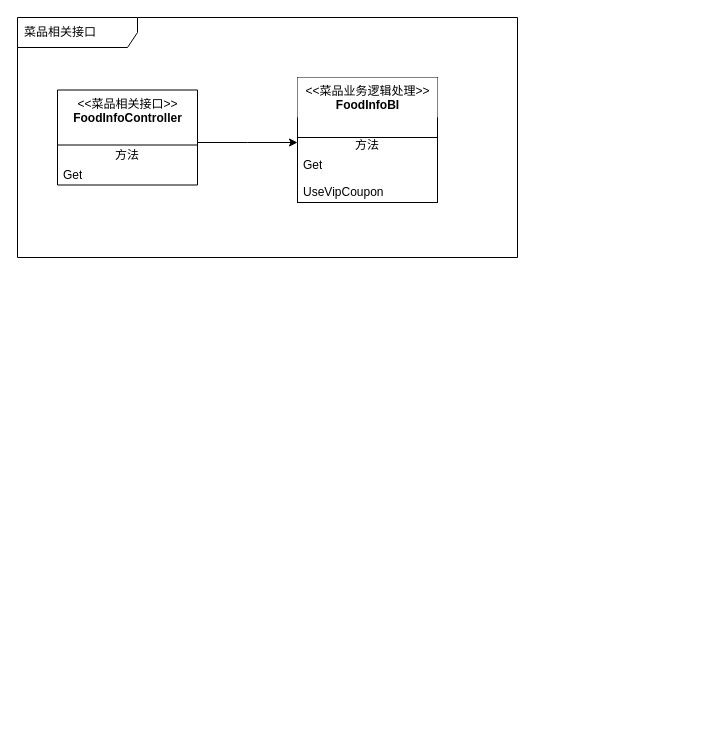
Before: Kemai/授权门店享受会员优惠.drawio in noobwu/diagrams, a draw.io diagram. Source tidied: cells renumbered, new cells numbered last; positions are measured from the earlier drawing's top-left corner, leaving out a move shared by most shapes. Both pictures are drawn from the tidied source at 100%, with x=0, y=0 at pixel (17, 17).
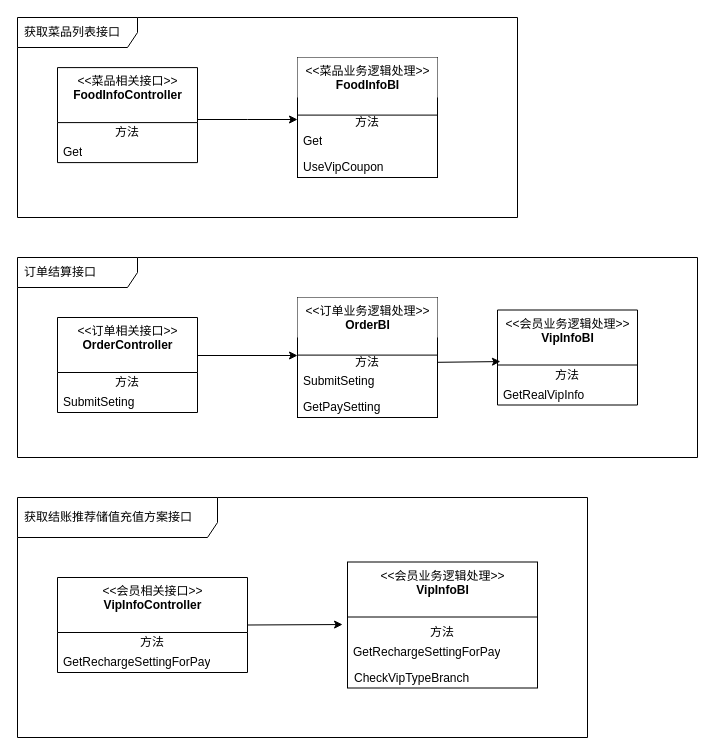
After the change.

Commit message (it also covers changes not shown here):
更新授权门店享受会员优惠.drawio

Diff of the diagram source:
```diff
@@
-    <mxCell id="2" value="菜品相关接口" style="shape=umlFrame;whiteSpace=wrap;html=1;width=120;height=30;boundedLbl=1;verticalAlign=middle;align=left;spacingLeft=5;" parent="1" vertex="1">
-      <mxGeometry width="500" height="240" as="geometry" />
+    <mxCell id="2" value="获取菜品列表接口" style="shape=umlFrame;whiteSpace=wrap;html=1;width=120;height=30;boundedLbl=1;verticalAlign=middle;align=left;spacingLeft=5;" parent="1" vertex="1">
+      <mxGeometry width="500" height="200" as="geometry" />
     </mxCell>
     <mxCell id="3" style="edgeStyle=orthogonalEdgeStyle;rounded=0;jettySize=auto;html=1;" parent="1" edge="1" source="4" target="13">
       <mxGeometry relative="1" as="geometry">
         <Array as="points">
-          <mxPoint x="230" y="125" />
-          <mxPoint x="230" y="125" />
+          <mxPoint x="230" y="102" />
+          <mxPoint x="230" y="102" />
         </Array>
       </mxGeometry>
     </mxCell>
     <mxCell id="4" value="&amp;lt;&amp;lt;菜品相关接口&amp;gt;&amp;gt;&lt;br&gt;&lt;b&gt;FoodInfoController&lt;/b&gt;" style="swimlane;fontStyle=0;align=center;verticalAlign=top;horizontal=1;startSize=55;html=1;" parent="1" vertex="1">
-      <mxGeometry x="40" y="72.5" width="140" height="95" as="geometry" />
+      <mxGeometry x="40" y="50.1" width="140" height="95" as="geometry" />
     </mxCell>
@@
     <mxCell id="7" style="group;fillColor=#ffffff;strokeColor=#000000;" parent="1" vertex="1">
-      <mxGeometry x="280" y="60" width="140" height="125" as="geometry" />
+      <mxGeometry x="280" y="40" width="140" height="120" as="geometry" />
     </mxCell>
     <mxCell id="8" style="group;" parent="7" vertex="1">
-      <mxGeometry y="10" width="140" height="115" as="geometry" />
+      <mxGeometry y="9.6" width="140" height="110.4" as="geometry" />
     </mxCell>
     <mxCell id="9" value="Get" style="text;html=1;strokeColor=none;fillColor=none;align=left;verticalAlign=middle;spacingLeft=4;spacingRight=4;overflow=hidden;" parent="8" vertex="1">
-      <mxGeometry y="67.5" width="140" height="20" as="geometry" />
+      <mxGeometry y="64.8" width="140" height="19.2" as="geometry" />
     </mxCell>
     <mxCell id="10" value="UseVipCoupon" style="text;html=1;strokeColor=none;fillColor=none;align=left;verticalAlign=middle;spacingLeft=4;spacingRight=4;overflow=hidden;" parent="8" vertex="1">
-      <mxGeometry y="95" width="140" height="20" as="geometry" />
+      <mxGeometry y="91.2" width="140" height="19.2" as="geometry" />
     </mxCell>
     <mxCell id="11" value="方法" style="text;html=1;align=center;verticalAlign=middle;spacingLeft=4;spacingRight=4;overflow=hidden;" parent="8" vertex="1">
-      <mxGeometry y="47.5" width="140" height="20" as="geometry" />
+      <mxGeometry y="45.6" width="140" height="19.2" as="geometry" />
     </mxCell>
     <mxCell id="12" value="&amp;lt;&amp;lt;菜品业务逻辑处理&amp;gt;&amp;gt;&lt;br&gt;&lt;b&gt;FoodInfoBI&lt;/b&gt;" style="swimlane;fontStyle=0;align=center;verticalAlign=top;horizontal=1;startSize=40;html=1;swimlaneLine=1;strokeColor=none;" parent="7" vertex="1">
-      <mxGeometry width="140" height="50" as="geometry" />
+      <mxGeometry width="140" height="48" as="geometry" />
     </mxCell>
     <mxCell id="13" style="line;strokeWidth=1;html=1;fillColor=none;" parent="7" vertex="1">
-      <mxGeometry y="55" width="140" height="10" as="geometry" />
+      <mxGeometry y="52.8" width="140" height="9.6" as="geometry" />
     </mxCell>
+    <mxCell id="14" style="group;" parent="1" vertex="1">
+      <mxGeometry y="240" width="680" height="200" as="geometry" />
+    </mxCell>
+    <mxCell id="15" value="订单结算接口" style="shape=umlFrame;whiteSpace=wrap;html=1;width=120;height=30;boundedLbl=1;verticalAlign=middle;align=left;spacingLeft=5;" parent="14" vertex="1">
+      <mxGeometry width="680" height="200" as="geometry" />
+    </mxCell>
+    <mxCell id="16" value="&amp;lt;&amp;lt;订单相关接口&amp;gt;&amp;gt;&lt;br&gt;&lt;b&gt;OrderController&lt;/b&gt;" style="swimlane;fontStyle=0;align=center;verticalAlign=top;horizontal=1;startSize=55;html=1;" parent="14" vertex="1">
+      <mxGeometry x="40" y="60" width="140" height="95" as="geometry" />
+    </mxCell>
+    <mxCell id="17" value="方法" style="text;html=1;strokeColor=none;fillColor=none;align=center;verticalAlign=middle;spacingLeft=4;spacingRight=4;overflow=hidden;" parent="16" vertex="1">
+      <mxGeometry y="55" width="140" height="20" as="geometry" />
+    </mxCell>
+    <mxCell id="18" value="SubmitSeting" style="text;html=1;strokeColor=none;fillColor=none;align=left;verticalAlign=middle;spacingLeft=4;spacingRight=4;overflow=hidden;" parent="16" vertex="1">
+      <mxGeometry y="75" width="140" height="20" as="geometry" />
+    </mxCell>
+    <mxCell id="19" style="group;fillColor=#ffffff;strokeColor=#000000;" parent="14" vertex="1">
+      <mxGeometry x="280" y="40" width="140" height="120" as="geometry" />
+    </mxCell>
+    <mxCell id="20" style="group;" parent="19" vertex="1">
+      <mxGeometry y="9.6" width="140" height="110.4" as="geometry" />
+    </mxCell>
+    <mxCell id="21" value="SubmitSeting" style="text;html=1;strokeColor=none;fillColor=none;align=left;verticalAlign=middle;spacingLeft=4;spacingRight=4;overflow=hidden;" parent="20" vertex="1">
+      <mxGeometry y="64.8" width="140" height="19.2" as="geometry" />
+    </mxCell>
+    <mxCell id="22" value="GetPaySetting" style="text;html=1;strokeColor=none;fillColor=none;align=left;verticalAlign=middle;spacingLeft=4;spacingRight=4;overflow=hidden;" parent="20" vertex="1">
+      <mxGeometry y="91.2" width="140" height="19.2" as="geometry" />
+    </mxCell>
+    <mxCell id="23" value="方法" style="text;html=1;align=center;verticalAlign=middle;spacingLeft=4;spacingRight=4;overflow=hidden;points=[[0,0.5],[1,0.5]];portConstraint=eastwest;" parent="20" vertex="1">
+      <mxGeometry y="45.6" width="140" height="19.2" as="geometry" />
+    </mxCell>
+    <mxCell id="24" value="&amp;lt;&amp;lt;订单业务逻辑处理&amp;gt;&amp;gt;&lt;br&gt;&lt;b&gt;OrderBI&lt;/b&gt;" style="swimlane;fontStyle=0;align=center;verticalAlign=top;horizontal=1;startSize=40;html=1;swimlaneLine=1;strokeColor=none;" parent="19" vertex="1">
+      <mxGeometry width="140" height="48" as="geometry" />
+    </mxCell>
+    <mxCell id="25" style="line;strokeWidth=1;html=1;fillColor=none;" parent="19" vertex="1">
+      <mxGeometry y="52.8" width="140" height="9.6" as="geometry" />
+    </mxCell>
+    <mxCell id="26" style="edgeStyle=orthogonalEdgeStyle;rounded=0;jumpStyle=sharp;jettySize=auto;html=1;strokeColor=#000000;" parent="14" edge="1" source="16" target="25">
+      <mxGeometry relative="1" as="geometry">
+        <Array as="points">
+          <mxPoint x="200" y="98" />
+          <mxPoint x="200" y="98" />
+        </Array>
+      </mxGeometry>
+    </mxCell>
+    <mxCell id="27" value="&amp;lt;&amp;lt;会员业务逻辑处理&amp;gt;&amp;gt;&lt;br&gt;&lt;b&gt;VipInfoBI&lt;/b&gt;" style="swimlane;fontStyle=0;align=center;verticalAlign=top;horizontal=1;startSize=55;html=1;" parent="14" vertex="1">
+      <mxGeometry x="480" y="52.5" width="140" height="95" as="geometry" />
+    </mxCell>
+    <mxCell id="28" value="方法" style="text;html=1;strokeColor=none;fillColor=none;align=center;verticalAlign=middle;spacingLeft=4;spacingRight=4;overflow=hidden;points=[[0,0.5],[1,0.5]];portConstraint=eastwest;" parent="27" vertex="1">
+      <mxGeometry y="55" width="140" height="20" as="geometry" />
+    </mxCell>
+    <mxCell id="29" value="GetRealVipInfo" style="text;html=1;strokeColor=none;fillColor=none;align=left;verticalAlign=middle;spacingLeft=4;spacingRight=4;overflow=hidden;" parent="27" vertex="1">
+      <mxGeometry y="75" width="140" height="20" as="geometry" />
+    </mxCell>
+    <mxCell id="30" style="edgeStyle=orthogonalEdgeStyle;rounded=0;jumpStyle=sharp;jettySize=auto;html=1;strokeColor=#000000;entryX=0.021;entryY=-0.175;entryDx=0;entryDy=0;entryPerimeter=0;" parent="14" edge="1" source="23" target="28">
+      <mxGeometry relative="1" as="geometry" />
+    </mxCell>
+    <mxCell id="31" style="group;" parent="1" vertex="1">
+      <mxGeometry y="480" width="570" height="240" as="geometry" />
+    </mxCell>
+    <mxCell id="32" value="&lt;span&gt;获取结账推荐储值充值方案&lt;/span&gt;接口" style="shape=umlFrame;whiteSpace=wrap;html=1;width=200;height=40;boundedLbl=1;verticalAlign=middle;align=left;spacingLeft=5;" parent="31" vertex="1">
+      <mxGeometry width="570" height="240" as="geometry" />
+    </mxCell>
+    <mxCell id="33" value="&amp;lt;&amp;lt;会员相关接口&amp;gt;&amp;gt;&lt;br&gt;&lt;b&gt;VipInfoController&lt;/b&gt;" style="swimlane;fontStyle=0;align=center;verticalAlign=top;horizontal=1;startSize=55;html=1;" parent="31" vertex="1">
+      <mxGeometry x="40" y="80" width="190" height="95" as="geometry" />
+    </mxCell>
+    <mxCell id="34" value="方法" style="text;html=1;strokeColor=none;fillColor=none;align=center;verticalAlign=middle;spacingLeft=4;spacingRight=4;overflow=hidden;" parent="33" vertex="1">
+      <mxGeometry y="55" width="190" height="20" as="geometry" />
+    </mxCell>
+    <mxCell id="35" value="GetRechargeSettingForPay" style="text;html=1;strokeColor=none;fillColor=none;align=left;verticalAlign=middle;spacingLeft=4;spacingRight=4;overflow=hidden;" parent="33" vertex="1">
+      <mxGeometry y="75" width="190" height="20" as="geometry" />
+    </mxCell>
+    <mxCell id="36" style="group;fillColor=#ffffff;strokeColor=#000000;" parent="31" vertex="1">
+      <mxGeometry x="330" y="64.5" width="190" height="126" as="geometry" />
+    </mxCell>
+    <mxCell id="37" value="&amp;lt;&amp;lt;会员业务逻辑处理&amp;gt;&amp;gt;&lt;br&gt;&lt;b&gt;VipInfoBI&lt;/b&gt;" style="swimlane;fontStyle=0;align=center;verticalAlign=top;horizontal=1;startSize=50;html=1;strokeColor=none;fillColor=none;" parent="36" vertex="1">
+      <mxGeometry width="190" height="100" as="geometry" />
+    </mxCell>
+    <mxCell id="38" style="line;strokeWidth=1;html=1;fillColor=#ffffff;" parent="37" vertex="1">
+      <mxGeometry y="50" width="190" height="10" as="geometry" />
+    </mxCell>
+    <mxCell id="39" value="方法" style="text;html=1;strokeColor=none;fillColor=none;align=center;verticalAlign=middle;spacingLeft=4;spacingRight=4;overflow=hidden;points=[[0,0.5],[1,0.5]];portConstraint=eastwest;" parent="37" vertex="1">
+      <mxGeometry y="60" width="190" height="20" as="geometry" />
+    </mxCell>
+    <mxCell id="40" value="GetRechargeSettingForPay" style="text;html=1;strokeColor=none;fillColor=none;align=left;verticalAlign=middle;spacingLeft=4;spacingRight=4;overflow=hidden;" parent="37" vertex="1">
+      <mxGeometry y="80" width="190" height="20" as="geometry" />
+    </mxCell>
+    <mxCell id="41" value="CheckVipTypeBranch" style="text;html=1;strokeColor=none;fillColor=none;align=left;verticalAlign=middle;spacingLeft=4;spacingRight=4;overflow=hidden;" parent="36" vertex="1">
+      <mxGeometry x="1" y="106" width="170" height="20" as="geometry" />
+    </mxCell>
+    <mxCell id="42" style="edgeStyle=orthogonalEdgeStyle;rounded=0;jumpStyle=sharp;jettySize=auto;html=1;entryX=-0.026;entryY=0.125;entryDx=0;entryDy=0;entryPerimeter=0;" parent="31" edge="1" source="33" target="39">
+      <mxGeometry relative="1" as="geometry" />
+    </mxCell>
```
